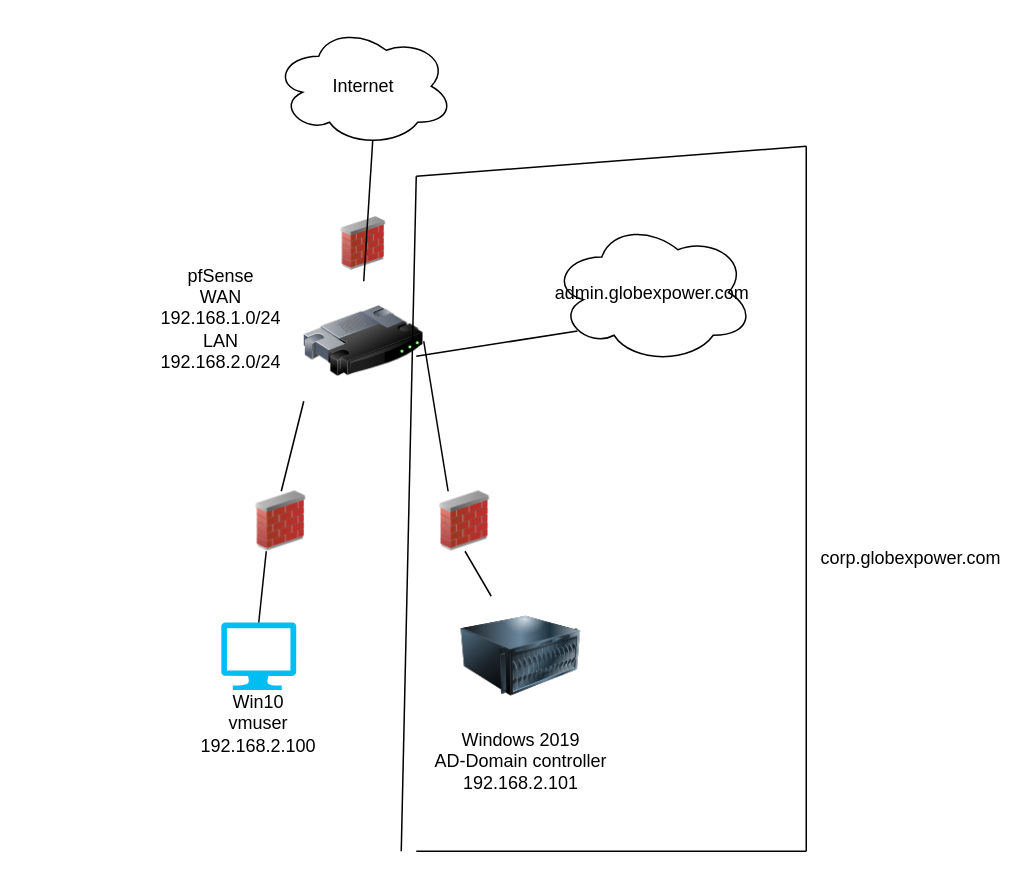
Above: 301/lab13.drawio in KrustyKode/ops_challenges (draw.io), before the change. Source tidied: cells renumbered, new cells numbered last; positions are measured from the earlier drawing's top-left corner, leaving out a move shared by most shapes. Both pictures are drawn from the tidied source at 150%, with x=0, y=0 at pixel (176, 26).
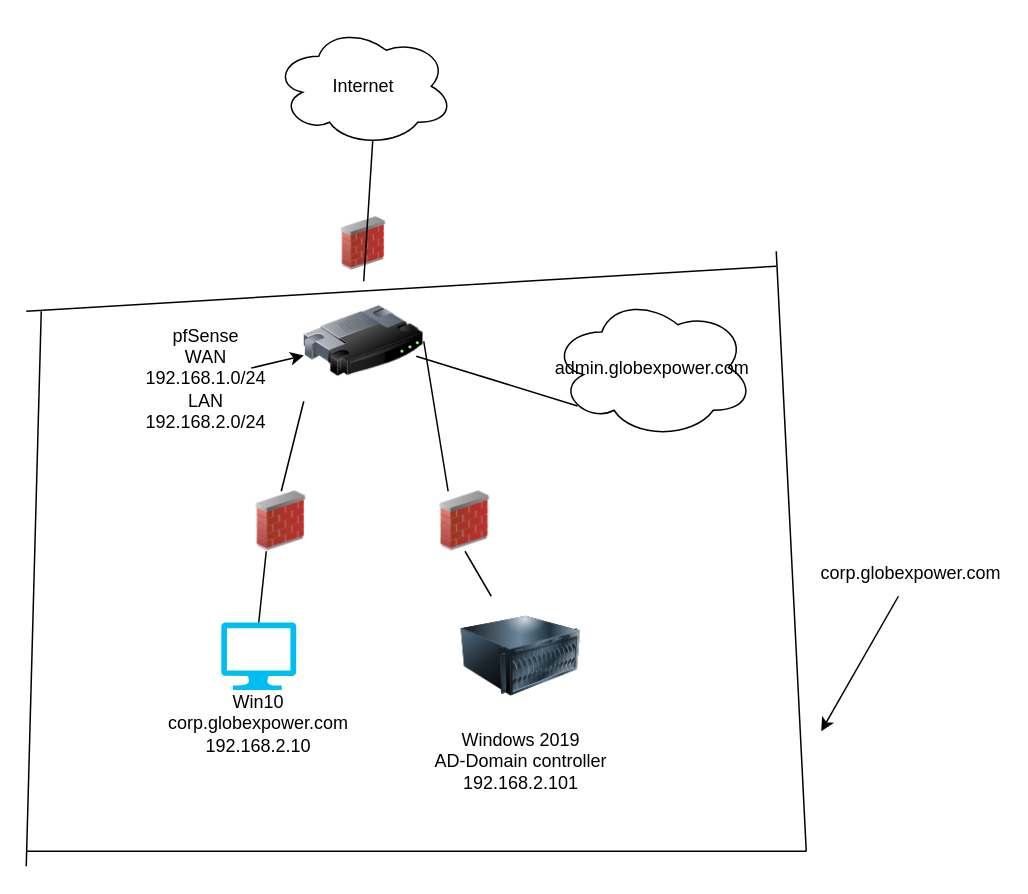
Above is the later version.

Unchanged cells that the change refers to:
```xml
<mxCell id="3" style="image;html=1;image=img/lib/clip_art/networking/Router_128x128.png;" parent="1" vertex="1">
  <mxGeometry x="85" y="170" width="80" height="80" as="geometry" />
</mxCell>
```

The edit, as a diff of the source:
```diff
@@
-    <mxCell id="5" value="Win10&lt;br&gt;vmuser&lt;br&gt;192.168.2.100" style="text;html=1;strokeColor=none;fillColor=none;align=center;verticalAlign=middle;whiteSpace=wrap;rounded=0;" parent="1" vertex="1">
+    <mxCell id="5" value="Win10&lt;br&gt;corp.globexpower.com&lt;br&gt;192.168.2.10" style="text;html=1;strokeColor=none;fillColor=none;align=center;verticalAlign=middle;whiteSpace=wrap;rounded=0;" parent="1" vertex="1">
       <mxGeometry x="25" y="450" width="60" height="30" as="geometry" />
     </mxCell>
@@
+    <mxCell id="24" style="edgeStyle=none;html=1;" parent="1" edge="1" source="7" target="3">
+      <mxGeometry relative="1" as="geometry" />
+    </mxCell>
     <mxCell id="7" value="pfSense&lt;br&gt;WAN&lt;br&gt;192.168.1.0/24&lt;br&gt;LAN&lt;br&gt;192.168.2.0/24" style="text;html=1;strokeColor=none;fillColor=none;align=center;verticalAlign=middle;whiteSpace=wrap;rounded=0;" parent="1" vertex="1">
-      <mxGeometry y="180" width="60" height="30" as="geometry" />
+      <mxGeometry x="-10" y="220" width="60" height="30" as="geometry" />
     </mxCell>
@@
     <mxCell id="17" style="endArrow=none;html=1;" parent="1" edge="1">
       <mxGeometry relative="1" as="geometry">
-        <mxPoint x="150" y="550" as="sourcePoint" />
-        <mxPoint x="160" y="100" as="targetPoint" />
+        <mxPoint x="-100" y="560" as="sourcePoint" />
+        <mxPoint x="-90" y="190" as="targetPoint" />
       </mxGeometry>
     </mxCell>
     <mxCell id="18" style="endArrow=none;html=1;" parent="1" edge="1">
       <mxGeometry relative="1" as="geometry">
-        <mxPoint x="160" y="550" as="sourcePoint" />
+        <mxPoint x="-100" y="550" as="sourcePoint" />
         <mxPoint x="420" y="550" as="targetPoint" />
       </mxGeometry>
     </mxCell>
     <mxCell id="19" style="endArrow=none;html=1;" parent="1" edge="1">
       <mxGeometry relative="1" as="geometry">
         <mxPoint x="420" y="550" as="sourcePoint" />
-        <mxPoint x="420" y="80" as="targetPoint" />
+        <mxPoint x="400" y="150" as="targetPoint" />
       </mxGeometry>
     </mxCell>
+    <mxCell id="25" style="edgeStyle=none;html=1;" parent="1" edge="1" source="20">
+      <mxGeometry relative="1" as="geometry">
+        <mxPoint x="430" y="470" as="targetPoint" />
+      </mxGeometry>
+    </mxCell>
     <mxCell id="20" value="corp.globexpower.com" style="text;html=1;strokeColor=none;fillColor=none;align=center;verticalAlign=middle;whiteSpace=wrap;rounded=0;" parent="1" vertex="1">
-      <mxGeometry x="460" y="340" width="60" height="30" as="geometry" />
+      <mxGeometry x="460" y="350" width="60" height="30" as="geometry" />
     </mxCell>
     <mxCell id="21" value="admin.globexpower.com" style="ellipse;shape=cloud;whiteSpace=wrap;html=1;" parent="1" vertex="1">
-      <mxGeometry x="250" y="130" width="135" height="95" as="geometry" />
+      <mxGeometry x="250" y="180" width="135" height="95" as="geometry" />
     </mxCell>
     <mxCell id="22" style="endArrow=none;html=1;" parent="1" edge="1">
       <mxGeometry relative="1" as="geometry">
-        <mxPoint x="420" y="80" as="sourcePoint" />
-        <mxPoint x="160" y="100" as="targetPoint" />
+        <mxPoint x="400" y="160" as="sourcePoint" />
+        <mxPoint x="-100" y="190" as="targetPoint" />
       </mxGeometry>
     </mxCell>
```
